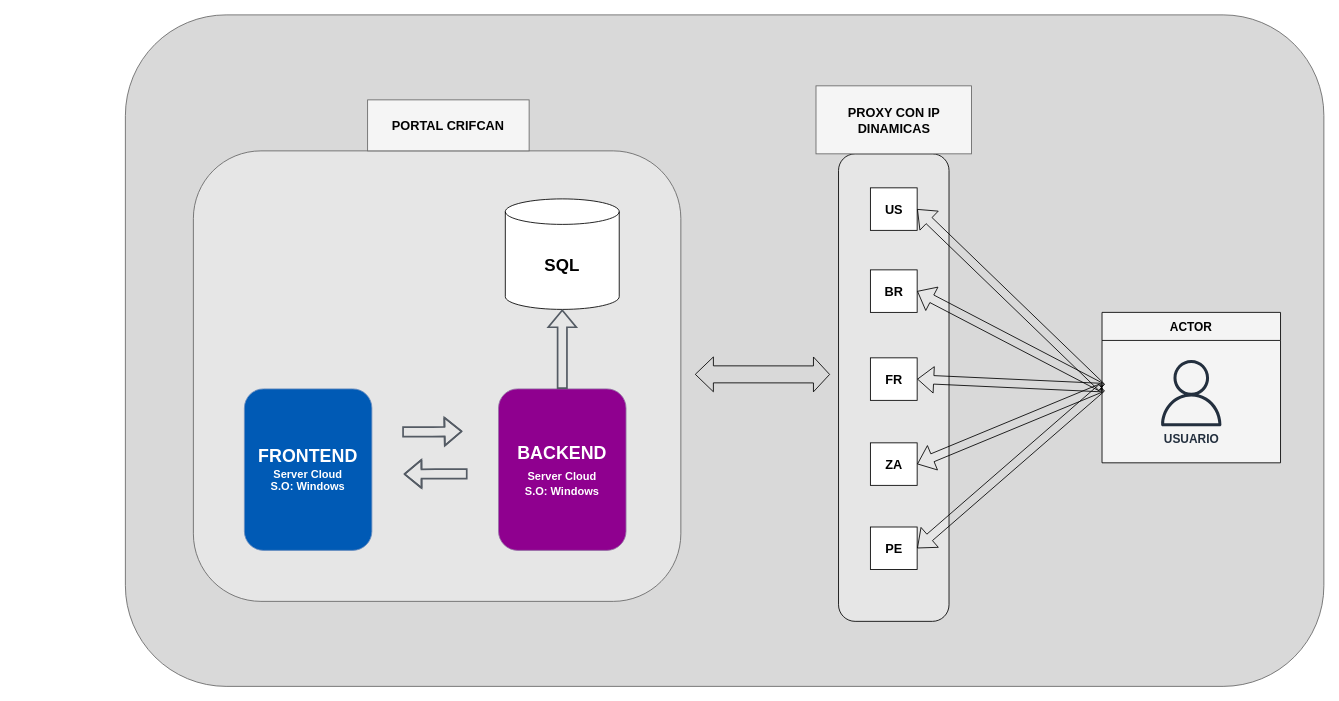
The draw.io diagram Diagrama sin título.drawio in Franc02306/Calculadora-Proyecto, before the edit. Source tidied: cells renumbered, new cells numbered last; positions are measured from the earlier drawing's top-left corner, leaving out a move shared by most shapes. Both pictures are drawn from the tidied source at 85%, with x=0, y=0 at pixel (125, 14).
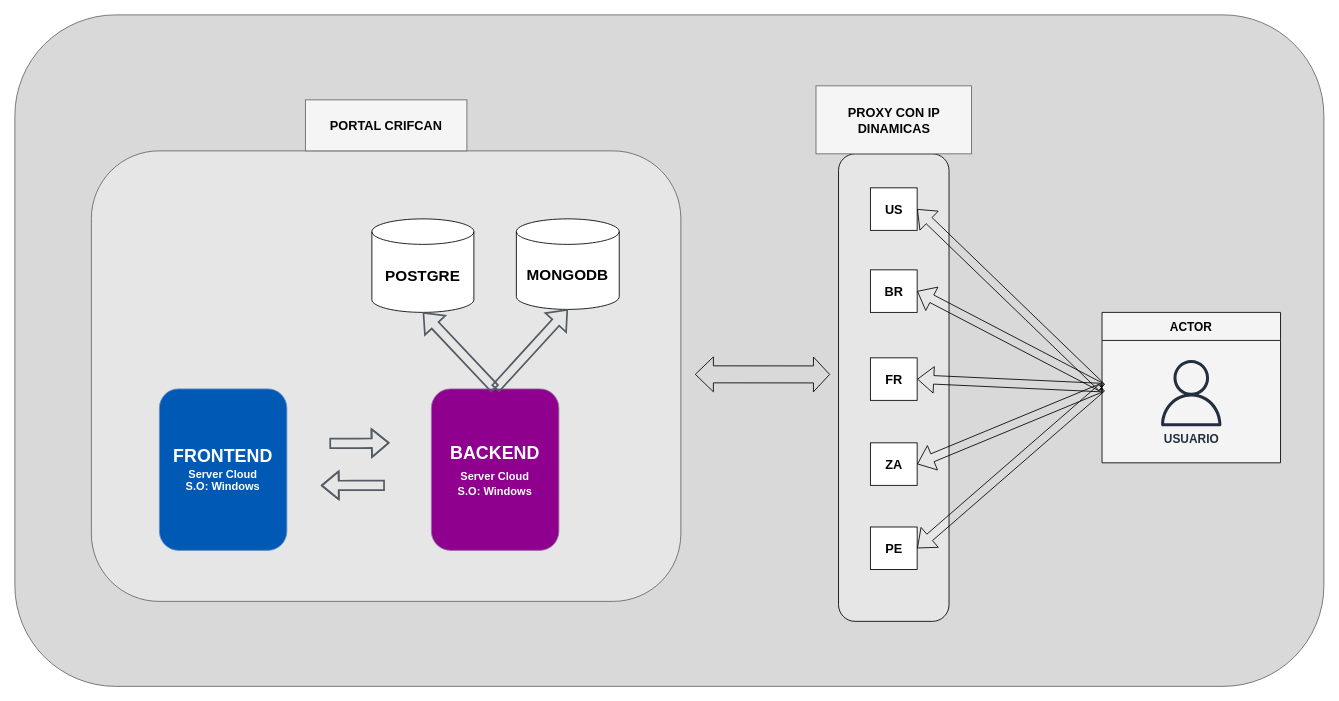
Above is the later version.

Diff of the diagram source:
```diff
@@
     <mxCell id="2" style="rounded=1;whiteSpace=wrap;html=1;fillColor=#D9D9D9;fontColor=#333333;strokeColor=#666666;" parent="1" vertex="1">
-      <mxGeometry width="1410" height="790" as="geometry" />
+      <mxGeometry x="-130" width="1540" height="790" as="geometry" />
     </mxCell>
     <mxCell id="3" style="rounded=1;whiteSpace=wrap;html=1;fillColor=#E6E6E6;fontColor=#333333;strokeColor=#666666;" parent="1" vertex="1">
-      <mxGeometry x="80" y="160" width="573.5" height="530" as="geometry" />
+      <mxGeometry x="-40" y="160" width="693.5" height="530" as="geometry" />
     </mxCell>
-    <mxCell id="4" value="&lt;font style=&quot;font-size: 20px;&quot;&gt;&lt;b&gt;SQL&lt;/b&gt;&lt;/font&gt;" style="shape=cylinder3;whiteSpace=wrap;html=1;boundedLbl=1;backgroundOutline=1;size=15;" parent="1" vertex="1">
-      <mxGeometry x="447" y="216.5" width="134" height="130" as="geometry" />
+    <mxCell id="4" value="&lt;font size=&quot;1&quot; style=&quot;&quot;&gt;&lt;b style=&quot;font-size: 18px;&quot;&gt;MONGODB&lt;/b&gt;&lt;/font&gt;" style="shape=cylinder3;whiteSpace=wrap;html=1;boundedLbl=1;backgroundOutline=1;size=15;" parent="1" vertex="1">
+      <mxGeometry x="460" y="240" width="121" height="106.5" as="geometry" />
     </mxCell>
     <mxCell id="5" value="&lt;font color=&quot;#ffffff&quot; style=&quot;font-size: 21px;&quot;&gt;&lt;b&gt;BACKEND&lt;/b&gt;&lt;/font&gt;&lt;div&gt;&lt;b style=&quot;color: rgb(255, 255, 255); font-size: 13px;&quot;&gt;Server Cloud&lt;/b&gt;&lt;font color=&quot;#ffffff&quot;&gt;&lt;span style=&quot;font-size: 21px;&quot;&gt;&lt;b&gt;&lt;br&gt;&lt;/b&gt;&lt;/span&gt;&lt;/font&gt;&lt;div&gt;&lt;b style=&quot;color: rgb(255, 255, 255); font-size: 13px;&quot;&gt;S.O: Windows&lt;/b&gt;&lt;br&gt;&lt;/div&gt;&lt;/div&gt;" style="rounded=1;whiteSpace=wrap;html=1;fillColor=#8F008F;strokeColor=#9673a6;" parent="1" vertex="1">
-      <mxGeometry x="439" y="440" width="150" height="190" as="geometry" />
+      <mxGeometry x="360" y="440" width="150" height="190" as="geometry" />
     </mxCell>
     <mxCell id="6" value="&lt;font color=&quot;#ffffff&quot; style=&quot;font-size: 21px;&quot;&gt;&lt;b&gt;FRONTEND&lt;/b&gt;&lt;/font&gt;&lt;div style=&quot;font-size: 13px;&quot;&gt;&lt;font style=&quot;font-size: 13px;&quot; color=&quot;#ffffff&quot;&gt;&lt;span style=&quot;&quot;&gt;&lt;b&gt;Server Cloud&lt;br&gt;&lt;/b&gt;&lt;/span&gt;&lt;/font&gt;&lt;div&gt;&lt;font color=&quot;#ffffff&quot; style=&quot;font-size: 13px;&quot;&gt;&lt;b&gt;S.O: Windows&lt;/b&gt;&lt;/font&gt;&lt;/div&gt;&lt;/div&gt;" style="rounded=1;whiteSpace=wrap;html=1;fillColor=#005AB5;strokeColor=#6c8ebf;" parent="1" vertex="1">
-      <mxGeometry x="140" y="440" width="150" height="190" as="geometry" />
+      <mxGeometry x="40" y="440" width="150" height="190" as="geometry" />
     </mxCell>
@@
     <mxCell id="8" value="&lt;font color=&quot;#030303&quot; style=&quot;font-size: 15px;&quot;&gt;&lt;b&gt;PORTAL CRIFCAN&lt;/b&gt;&lt;/font&gt;" style="rounded=0;whiteSpace=wrap;html=1;fillColor=#f5f5f5;fontColor=#333333;strokeColor=#666666;" parent="1" vertex="1">
-      <mxGeometry x="285" y="100" width="190" height="60" as="geometry" />
+      <mxGeometry x="211.8" y="100" width="190" height="60" as="geometry" />
     </mxCell>
@@
     <mxCell id="18" style="edgeStyle=elbowEdgeStyle;rounded=0;orthogonalLoop=1;jettySize=auto;html=1;endArrow=open;endFill=0;strokeColor=#545B64;strokeWidth=2;fontSize=14;exitX=0.35;exitY=0.642;exitDx=0;exitDy=0;exitPerimeter=0;entryX=0.012;entryY=0.314;entryDx=0;entryDy=0;entryPerimeter=0;shape=flexArrow;" parent="1" edge="1">
       <mxGeometry relative="1" as="geometry">
-        <mxPoint x="325.7" y="490.6" as="sourcePoint" />
-        <mxPoint x="396.5" y="490" as="targetPoint" />
+        <mxPoint x="240" y="504.1" as="sourcePoint" />
+        <mxPoint x="310.8" y="503.5" as="targetPoint" />
       </mxGeometry>
     </mxCell>
     <mxCell id="19" style="edgeStyle=elbowEdgeStyle;rounded=0;orthogonalLoop=1;jettySize=auto;html=1;endArrow=open;endFill=0;strokeColor=#545B64;strokeWidth=2;fontSize=14;entryX=1.005;entryY=0.585;entryDx=0;entryDy=0;entryPerimeter=0;shape=flexArrow;" parent="1" edge="1">
       <mxGeometry relative="1" as="geometry">
-        <mxPoint x="402.6" y="540" as="sourcePoint" />
-        <mxPoint x="327.4" y="540.2" as="targetPoint" />
+        <mxPoint x="305.3" y="553.5" as="sourcePoint" />
+        <mxPoint x="230" y="553.7" as="targetPoint" />
       </mxGeometry>
     </mxCell>
@@
+    <mxCell id="26" value="&lt;font size=&quot;1&quot; style=&quot;&quot;&gt;&lt;b style=&quot;font-size: 18px;&quot;&gt;POSTGRE&lt;/b&gt;&lt;/font&gt;" style="shape=cylinder3;whiteSpace=wrap;html=1;boundedLbl=1;backgroundOutline=1;size=15;" parent="1" vertex="1">
+      <mxGeometry x="290" y="240" width="120" height="110" as="geometry" />
+    </mxCell>
+    <mxCell id="27" style="rounded=0;jettySize=auto;html=1;endArrow=open;endFill=0;strokeColor=#545B64;strokeWidth=2;fontSize=14;shape=flexArrow;entryX=0.5;entryY=1;entryDx=0;entryDy=0;entryPerimeter=0;exitX=0.5;exitY=0;exitDx=0;exitDy=0;" parent="1" edge="1" source="5" target="26">
+      <mxGeometry relative="1" as="geometry" />
+    </mxCell>
```
